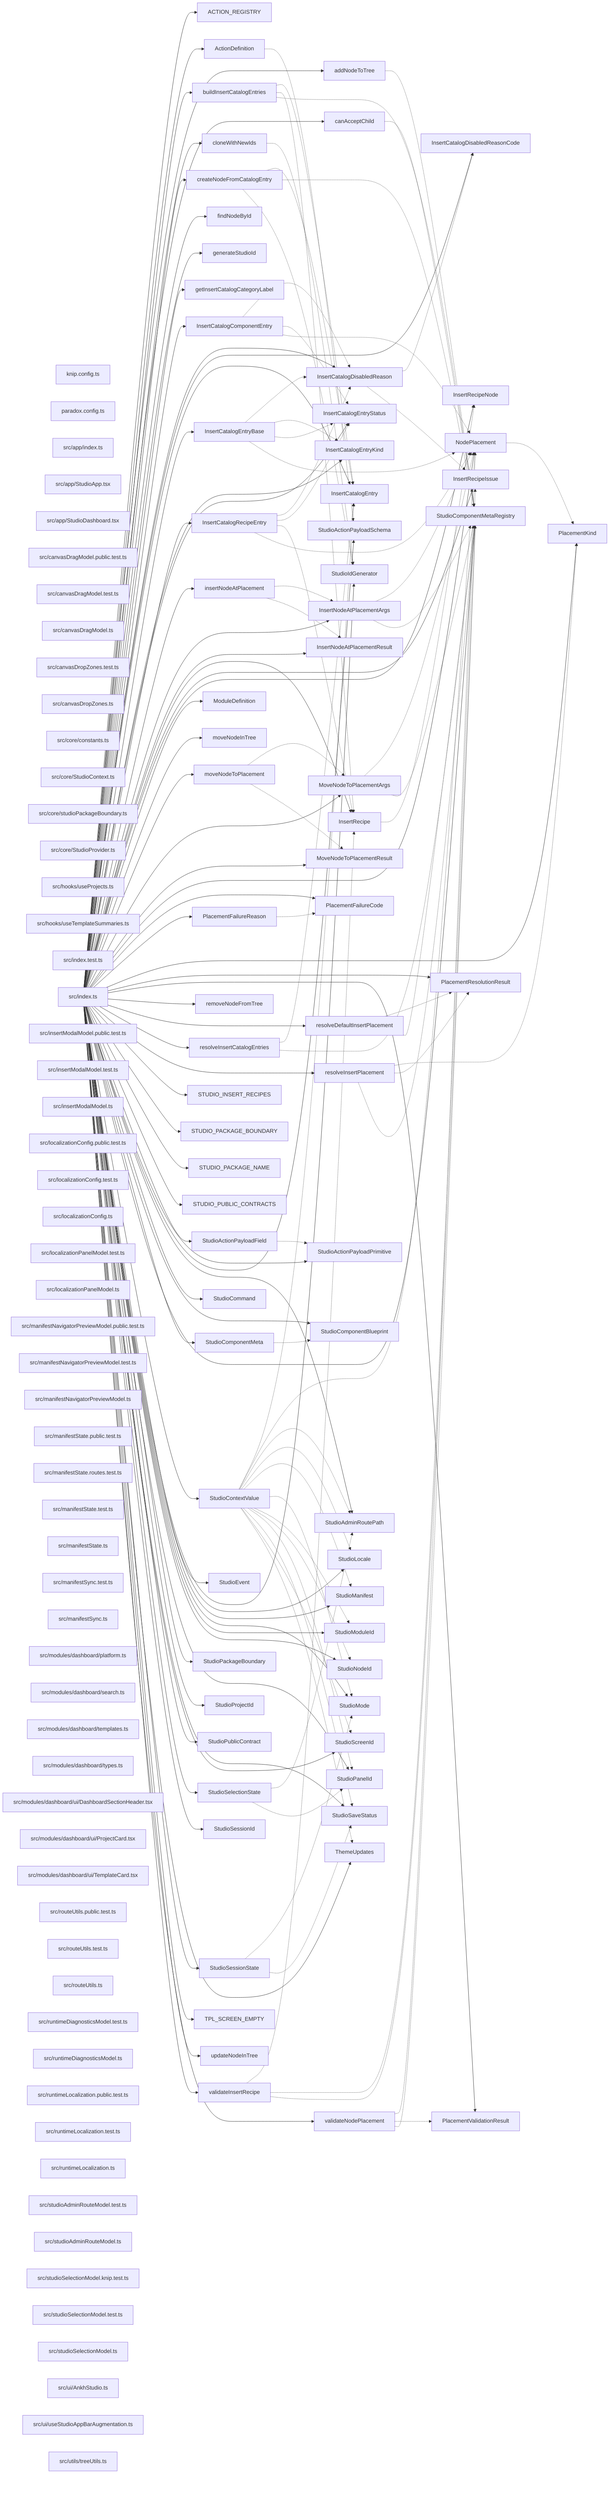
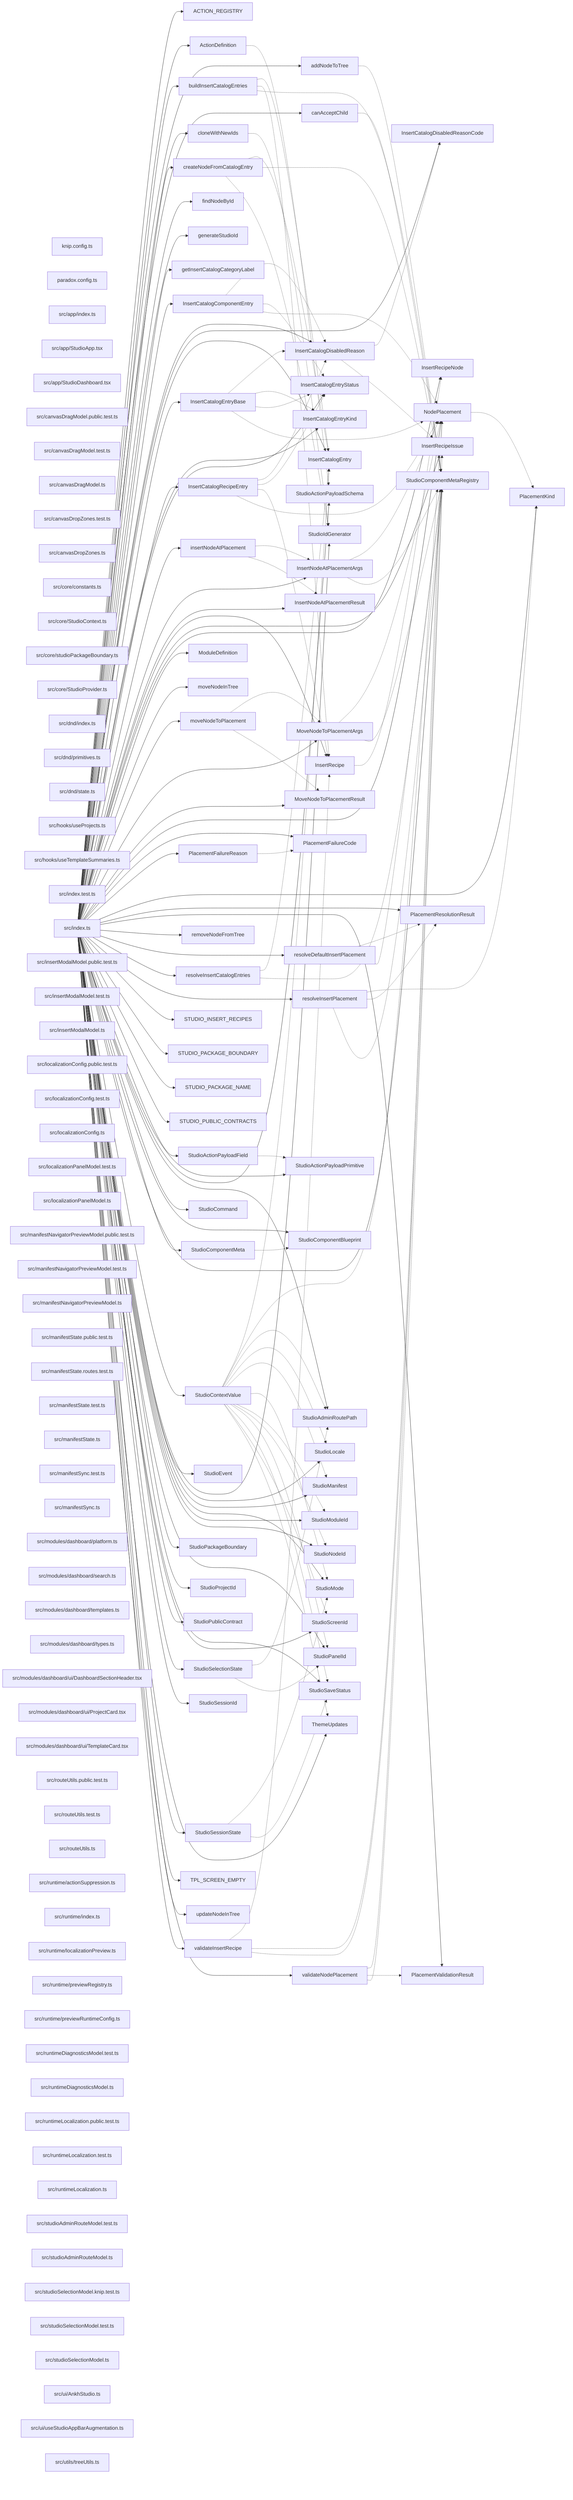
graph LR
  module_knip_config_ts["knip.config.ts"]
  module_paradox_config_ts["paradox.config.ts"]
  module_src_app_index_ts["src/app/index.ts"]
  module_src_app_StudioApp_tsx["src/app/StudioApp.tsx"]
  module_src_app_StudioDashboard_tsx["src/app/StudioDashboard.tsx"]
  module_src_canvasDragModel_public_test_ts["src/canvasDragModel.public.test.ts"]
  module_src_canvasDragModel_test_ts["src/canvasDragModel.test.ts"]
  module_src_canvasDragModel_ts["src/canvasDragModel.ts"]
  module_src_canvasDropZones_test_ts["src/canvasDropZones.test.ts"]
  module_src_canvasDropZones_ts["src/canvasDropZones.ts"]
  module_src_core_constants_ts["src/core/constants.ts"]
  module_src_core_StudioContext_ts["src/core/StudioContext.ts"]
  module_src_core_studioPackageBoundary_ts["src/core/studioPackageBoundary.ts"]
  module_src_core_StudioProvider_ts["src/core/StudioProvider.ts"]
+   module_src_dnd_index_ts["src/dnd/index.ts"]
+   module_src_dnd_primitives_ts["src/dnd/primitives.ts"]
+   module_src_dnd_state_ts["src/dnd/state.ts"]
  module_src_hooks_useProjects_ts["src/hooks/useProjects.ts"]
  module_src_hooks_useTemplateSummaries_ts["src/hooks/useTemplateSummaries.ts"]
  module_src_index_test_ts["src/index.test.ts"]
  module_src_index_ts["src/index.ts"]
  module_src_insertModalModel_public_test_ts["src/insertModalModel.public.test.ts"]
  module_src_insertModalModel_test_ts["src/insertModalModel.test.ts"]
  module_src_insertModalModel_ts["src/insertModalModel.ts"]
  module_src_localizationConfig_public_test_ts["src/localizationConfig.public.test.ts"]
  module_src_localizationConfig_test_ts["src/localizationConfig.test.ts"]
  module_src_localizationConfig_ts["src/localizationConfig.ts"]
  module_src_localizationPanelModel_test_ts["src/localizationPanelModel.test.ts"]
  module_src_localizationPanelModel_ts["src/localizationPanelModel.ts"]
  module_src_manifestNavigatorPreviewModel_public_test_ts["src/manifestNavigatorPreviewModel.public.test.ts"]
  module_src_manifestNavigatorPreviewModel_test_ts["src/manifestNavigatorPreviewModel.test.ts"]
  module_src_manifestNavigatorPreviewModel_ts["src/manifestNavigatorPreviewModel.ts"]
  module_src_manifestState_public_test_ts["src/manifestState.public.test.ts"]
  module_src_manifestState_routes_test_ts["src/manifestState.routes.test.ts"]
  module_src_manifestState_test_ts["src/manifestState.test.ts"]
  module_src_manifestState_ts["src/manifestState.ts"]
  module_src_manifestSync_test_ts["src/manifestSync.test.ts"]
  module_src_manifestSync_ts["src/manifestSync.ts"]
  module_src_modules_dashboard_platform_ts["src/modules/dashboard/platform.ts"]
  module_src_modules_dashboard_search_ts["src/modules/dashboard/search.ts"]
  module_src_modules_dashboard_templates_ts["src/modules/dashboard/templates.ts"]
  module_src_modules_dashboard_types_ts["src/modules/dashboard/types.ts"]
  module_src_modules_dashboard_ui_DashboardSectionHeader_tsx["src/modules/dashboard/ui/DashboardSectionHeader.tsx"]
  module_src_modules_dashboard_ui_ProjectCard_tsx["src/modules/dashboard/ui/ProjectCard.tsx"]
  module_src_modules_dashboard_ui_TemplateCard_tsx["src/modules/dashboard/ui/TemplateCard.tsx"]
  module_src_routeUtils_public_test_ts["src/routeUtils.public.test.ts"]
  module_src_routeUtils_test_ts["src/routeUtils.test.ts"]
  module_src_routeUtils_ts["src/routeUtils.ts"]
+   module_src_runtime_actionSuppression_ts["src/runtime/actionSuppression.ts"]
+   module_src_runtime_index_ts["src/runtime/index.ts"]
+   module_src_runtime_localizationPreview_ts["src/runtime/localizationPreview.ts"]
+   module_src_runtime_previewRegistry_ts["src/runtime/previewRegistry.ts"]
+   module_src_runtime_previewRuntimeConfig_ts["src/runtime/previewRuntimeConfig.ts"]
  module_src_runtimeDiagnosticsModel_test_ts["src/runtimeDiagnosticsModel.test.ts"]
  module_src_runtimeDiagnosticsModel_ts["src/runtimeDiagnosticsModel.ts"]
  module_src_runtimeLocalization_public_test_ts["src/runtimeLocalization.public.test.ts"]
  module_src_runtimeLocalization_test_ts["src/runtimeLocalization.test.ts"]
  module_src_runtimeLocalization_ts["src/runtimeLocalization.ts"]
  module_src_studioAdminRouteModel_test_ts["src/studioAdminRouteModel.test.ts"]
  module_src_studioAdminRouteModel_ts["src/studioAdminRouteModel.ts"]
  module_src_studioSelectionModel_knip_test_ts["src/studioSelectionModel.knip.test.ts"]
  module_src_studioSelectionModel_test_ts["src/studioSelectionModel.test.ts"]
  module_src_studioSelectionModel_ts["src/studioSelectionModel.ts"]
  module_src_ui_AnkhStudio_ts["src/ui/AnkhStudio.ts"]
  module_src_ui_useStudioAppBarAugmentation_ts["src/ui/useStudioAppBarAugmentation.ts"]
  module_src_utils_treeUtils_ts["src/utils/treeUtils.ts"]
  export_ACTION_REGISTRY["ACTION_REGISTRY"]
  module_src_index_ts --> export_ACTION_REGISTRY
  export_ActionDefinition["ActionDefinition"]
  module_src_index_ts --> export_ActionDefinition
  export_ActionDefinition -.-> export_StudioActionPayloadSchema
  export_addNodeToTree["addNodeToTree"]
  module_src_index_ts --> export_addNodeToTree
  export_addNodeToTree -.-> export_StudioComponentMetaRegistry
  export_buildInsertCatalogEntries["buildInsertCatalogEntries"]
  module_src_index_ts --> export_buildInsertCatalogEntries
  export_buildInsertCatalogEntries -.-> export_InsertCatalogEntry
  export_buildInsertCatalogEntries -.-> export_InsertRecipe
  export_buildInsertCatalogEntries -.-> export_StudioComponentMetaRegistry
  export_canAcceptChild["canAcceptChild"]
  module_src_index_ts --> export_canAcceptChild
  export_canAcceptChild -.-> export_StudioComponentMetaRegistry
  export_cloneWithNewIds["cloneWithNewIds"]
  module_src_index_ts --> export_cloneWithNewIds
  export_cloneWithNewIds -.-> export_StudioIdGenerator
  export_createNodeFromCatalogEntry["createNodeFromCatalogEntry"]
  module_src_index_ts --> export_createNodeFromCatalogEntry
  export_createNodeFromCatalogEntry -.-> export_InsertCatalogEntry
  export_createNodeFromCatalogEntry -.-> export_StudioComponentMetaRegistry
  export_createNodeFromCatalogEntry -.-> export_StudioIdGenerator
  export_findNodeById["findNodeById"]
  module_src_index_ts --> export_findNodeById
  export_generateStudioId["generateStudioId"]
  module_src_index_ts --> export_generateStudioId
  export_getInsertCatalogCategoryLabel["getInsertCatalogCategoryLabel"]
  module_src_index_ts --> export_getInsertCatalogCategoryLabel
  export_InsertCatalogComponentEntry["InsertCatalogComponentEntry"]
  module_src_index_ts --> export_InsertCatalogComponentEntry
  export_InsertCatalogComponentEntry -.-> export_InsertCatalogDisabledReason
  export_InsertCatalogComponentEntry -.-> export_InsertCatalogEntryStatus
  export_InsertCatalogComponentEntry -.-> export_NodePlacement
  export_InsertCatalogDisabledReason["InsertCatalogDisabledReason"]
  module_src_index_ts --> export_InsertCatalogDisabledReason
  export_InsertCatalogDisabledReason -.-> export_InsertCatalogDisabledReasonCode
  export_InsertCatalogDisabledReason -.-> export_InsertRecipeIssue
  export_InsertCatalogDisabledReasonCode["InsertCatalogDisabledReasonCode"]
  module_src_index_ts --> export_InsertCatalogDisabledReasonCode
  export_InsertCatalogEntry["InsertCatalogEntry"]
  module_src_index_ts --> export_InsertCatalogEntry
  export_InsertCatalogEntryBase["InsertCatalogEntryBase"]
  module_src_index_ts --> export_InsertCatalogEntryBase
  export_InsertCatalogEntryBase -.-> export_InsertCatalogDisabledReason
  export_InsertCatalogEntryBase -.-> export_InsertCatalogEntryKind
  export_InsertCatalogEntryBase -.-> export_InsertCatalogEntryStatus
  export_InsertCatalogEntryBase -.-> export_NodePlacement
  export_InsertCatalogEntryKind["InsertCatalogEntryKind"]
  module_src_index_ts --> export_InsertCatalogEntryKind
  export_InsertCatalogEntryStatus["InsertCatalogEntryStatus"]
  module_src_index_ts --> export_InsertCatalogEntryStatus
  export_InsertCatalogRecipeEntry["InsertCatalogRecipeEntry"]
  module_src_index_ts --> export_InsertCatalogRecipeEntry
  export_InsertCatalogRecipeEntry -.-> export_InsertCatalogDisabledReason
  export_InsertCatalogRecipeEntry -.-> export_InsertCatalogEntryStatus
  export_InsertCatalogRecipeEntry -.-> export_InsertRecipe
  export_InsertCatalogRecipeEntry -.-> export_NodePlacement
  export_insertNodeAtPlacement["insertNodeAtPlacement"]
  module_src_index_ts --> export_insertNodeAtPlacement
  export_insertNodeAtPlacement -.-> export_InsertNodeAtPlacementArgs
  export_insertNodeAtPlacement -.-> export_InsertNodeAtPlacementResult
  export_InsertNodeAtPlacementArgs["InsertNodeAtPlacementArgs"]
  module_src_index_ts --> export_InsertNodeAtPlacementArgs
  export_InsertNodeAtPlacementArgs -.-> export_NodePlacement
  export_InsertNodeAtPlacementArgs -.-> export_StudioComponentMetaRegistry
  export_InsertNodeAtPlacementResult["InsertNodeAtPlacementResult"]
  module_src_index_ts --> export_InsertNodeAtPlacementResult
  export_InsertRecipe["InsertRecipe"]
  module_src_index_ts --> export_InsertRecipe
  export_InsertRecipe -.-> export_InsertRecipeNode
  export_InsertRecipeIssue["InsertRecipeIssue"]
  module_src_index_ts --> export_InsertRecipeIssue
  export_InsertRecipeNode["InsertRecipeNode"]
  module_src_index_ts --> export_InsertRecipeNode
  export_ModuleDefinition["ModuleDefinition"]
  module_src_index_ts --> export_ModuleDefinition
  export_moveNodeInTree["moveNodeInTree"]
  module_src_index_ts --> export_moveNodeInTree
  export_moveNodeToPlacement["moveNodeToPlacement"]
  module_src_index_ts --> export_moveNodeToPlacement
  export_moveNodeToPlacement -.-> export_MoveNodeToPlacementArgs
  export_moveNodeToPlacement -.-> export_MoveNodeToPlacementResult
  export_MoveNodeToPlacementArgs["MoveNodeToPlacementArgs"]
  module_src_index_ts --> export_MoveNodeToPlacementArgs
  export_MoveNodeToPlacementArgs -.-> export_NodePlacement
  export_MoveNodeToPlacementArgs -.-> export_StudioComponentMetaRegistry
  export_MoveNodeToPlacementResult["MoveNodeToPlacementResult"]
  module_src_index_ts --> export_MoveNodeToPlacementResult
  export_NodePlacement["NodePlacement"]
  module_src_index_ts --> export_NodePlacement
  export_NodePlacement -.-> export_PlacementKind
  export_PlacementFailureCode["PlacementFailureCode"]
  module_src_index_ts --> export_PlacementFailureCode
  export_PlacementFailureReason["PlacementFailureReason"]
  module_src_index_ts --> export_PlacementFailureReason
  export_PlacementFailureReason -.-> export_PlacementFailureCode
  export_PlacementKind["PlacementKind"]
  module_src_index_ts --> export_PlacementKind
  export_PlacementResolutionResult["PlacementResolutionResult"]
  module_src_index_ts --> export_PlacementResolutionResult
  export_PlacementValidationResult["PlacementValidationResult"]
  module_src_index_ts --> export_PlacementValidationResult
  export_removeNodeFromTree["removeNodeFromTree"]
  module_src_index_ts --> export_removeNodeFromTree
  export_resolveDefaultInsertPlacement["resolveDefaultInsertPlacement"]
  module_src_index_ts --> export_resolveDefaultInsertPlacement
  export_resolveDefaultInsertPlacement -.-> export_PlacementResolutionResult
  export_resolveDefaultInsertPlacement -.-> export_StudioComponentMetaRegistry
  export_resolveInsertCatalogEntries["resolveInsertCatalogEntries"]
  module_src_index_ts --> export_resolveInsertCatalogEntries
  export_resolveInsertCatalogEntries -.-> export_InsertCatalogEntry
  export_resolveInsertCatalogEntries -.-> export_StudioComponentMetaRegistry
  export_resolveInsertPlacement["resolveInsertPlacement"]
  module_src_index_ts --> export_resolveInsertPlacement
  export_resolveInsertPlacement -.-> export_PlacementKind
  export_resolveInsertPlacement -.-> export_PlacementResolutionResult
  export_resolveInsertPlacement -.-> export_StudioComponentMetaRegistry
  export_STUDIO_INSERT_RECIPES["STUDIO_INSERT_RECIPES"]
  module_src_index_ts --> export_STUDIO_INSERT_RECIPES
  export_STUDIO_PACKAGE_BOUNDARY["STUDIO_PACKAGE_BOUNDARY"]
  module_src_index_ts --> export_STUDIO_PACKAGE_BOUNDARY
  export_STUDIO_PACKAGE_NAME["STUDIO_PACKAGE_NAME"]
  module_src_index_ts --> export_STUDIO_PACKAGE_NAME
  export_STUDIO_PUBLIC_CONTRACTS["STUDIO_PUBLIC_CONTRACTS"]
  module_src_index_ts --> export_STUDIO_PUBLIC_CONTRACTS
  export_StudioActionPayloadField["StudioActionPayloadField"]
  module_src_index_ts --> export_StudioActionPayloadField
  export_StudioActionPayloadField -.-> export_StudioActionPayloadPrimitive
  export_StudioActionPayloadPrimitive["StudioActionPayloadPrimitive"]
  module_src_index_ts --> export_StudioActionPayloadPrimitive
  export_StudioActionPayloadSchema["StudioActionPayloadSchema"]
  module_src_index_ts --> export_StudioActionPayloadSchema
  export_StudioAdminRoutePath["StudioAdminRoutePath"]
  module_src_index_ts --> export_StudioAdminRoutePath
  export_StudioCommand["StudioCommand"]
  module_src_index_ts --> export_StudioCommand
  export_StudioComponentBlueprint["StudioComponentBlueprint"]
  module_src_index_ts --> export_StudioComponentBlueprint
  export_StudioComponentMeta["StudioComponentMeta"]
  module_src_index_ts --> export_StudioComponentMeta
  export_StudioComponentMeta -.-> export_StudioComponentBlueprint
  export_StudioComponentMetaRegistry["StudioComponentMetaRegistry"]
  module_src_index_ts --> export_StudioComponentMetaRegistry
  export_StudioContextValue["StudioContextValue"]
  module_src_index_ts --> export_StudioContextValue
  export_StudioContextValue -.-> export_InsertCatalogEntry
  export_StudioContextValue -.-> export_NodePlacement
  export_StudioContextValue -.-> export_StudioAdminRoutePath
  export_StudioContextValue -.-> export_StudioLocale
  export_StudioContextValue -.-> export_StudioManifest
  export_StudioContextValue -.-> export_StudioMode
  export_StudioContextValue -.-> export_StudioModuleId
  export_StudioContextValue -.-> export_StudioNodeId
  export_StudioContextValue -.-> export_StudioPanelId
  export_StudioContextValue -.-> export_StudioSaveStatus
  export_StudioContextValue -.-> export_StudioScreenId
  export_StudioContextValue -.-> export_ThemeUpdates
  export_StudioEvent["StudioEvent"]
  module_src_index_ts --> export_StudioEvent
  export_StudioIdGenerator["StudioIdGenerator"]
  module_src_index_ts --> export_StudioIdGenerator
  export_StudioLocale["StudioLocale"]
  module_src_index_ts --> export_StudioLocale
  export_StudioManifest["StudioManifest"]
  module_src_index_ts --> export_StudioManifest
  export_StudioMode["StudioMode"]
  module_src_index_ts --> export_StudioMode
  export_StudioModuleId["StudioModuleId"]
  module_src_index_ts --> export_StudioModuleId
  export_StudioNodeId["StudioNodeId"]
  module_src_index_ts --> export_StudioNodeId
  export_StudioPackageBoundary["StudioPackageBoundary"]
  module_src_index_ts --> export_StudioPackageBoundary
  export_StudioPanelId["StudioPanelId"]
  module_src_index_ts --> export_StudioPanelId
  export_StudioProjectId["StudioProjectId"]
  module_src_index_ts --> export_StudioProjectId
  export_StudioPublicContract["StudioPublicContract"]
  module_src_index_ts --> export_StudioPublicContract
  export_StudioSaveStatus["StudioSaveStatus"]
  module_src_index_ts --> export_StudioSaveStatus
  export_StudioScreenId["StudioScreenId"]
  module_src_index_ts --> export_StudioScreenId
  export_StudioSelectionState["StudioSelectionState"]
  module_src_index_ts --> export_StudioSelectionState
  export_StudioSelectionState -.-> export_StudioAdminRoutePath
  export_StudioSelectionState -.-> export_StudioPanelId
  export_StudioSessionId["StudioSessionId"]
  module_src_index_ts --> export_StudioSessionId
  export_StudioSessionState["StudioSessionState"]
  module_src_index_ts --> export_StudioSessionState
  export_StudioSessionState -.-> export_StudioMode
  export_StudioSessionState -.-> export_StudioSaveStatus
  export_ThemeUpdates["ThemeUpdates"]
  module_src_index_ts --> export_ThemeUpdates
  export_TPL_SCREEN_EMPTY["TPL_SCREEN_EMPTY"]
  module_src_index_ts --> export_TPL_SCREEN_EMPTY
  export_updateNodeInTree["updateNodeInTree"]
  module_src_index_ts --> export_updateNodeInTree
  export_validateInsertRecipe["validateInsertRecipe"]
  module_src_index_ts --> export_validateInsertRecipe
  export_validateInsertRecipe -.-> export_InsertRecipe
  export_validateInsertRecipe -.-> export_InsertRecipeIssue
  export_validateInsertRecipe -.-> export_StudioComponentMetaRegistry
  export_validateNodePlacement["validateNodePlacement"]
  module_src_index_ts --> export_validateNodePlacement
  export_validateNodePlacement -.-> export_NodePlacement
  export_validateNodePlacement -.-> export_PlacementValidationResult
  export_validateNodePlacement -.-> export_StudioComponentMetaRegistry
